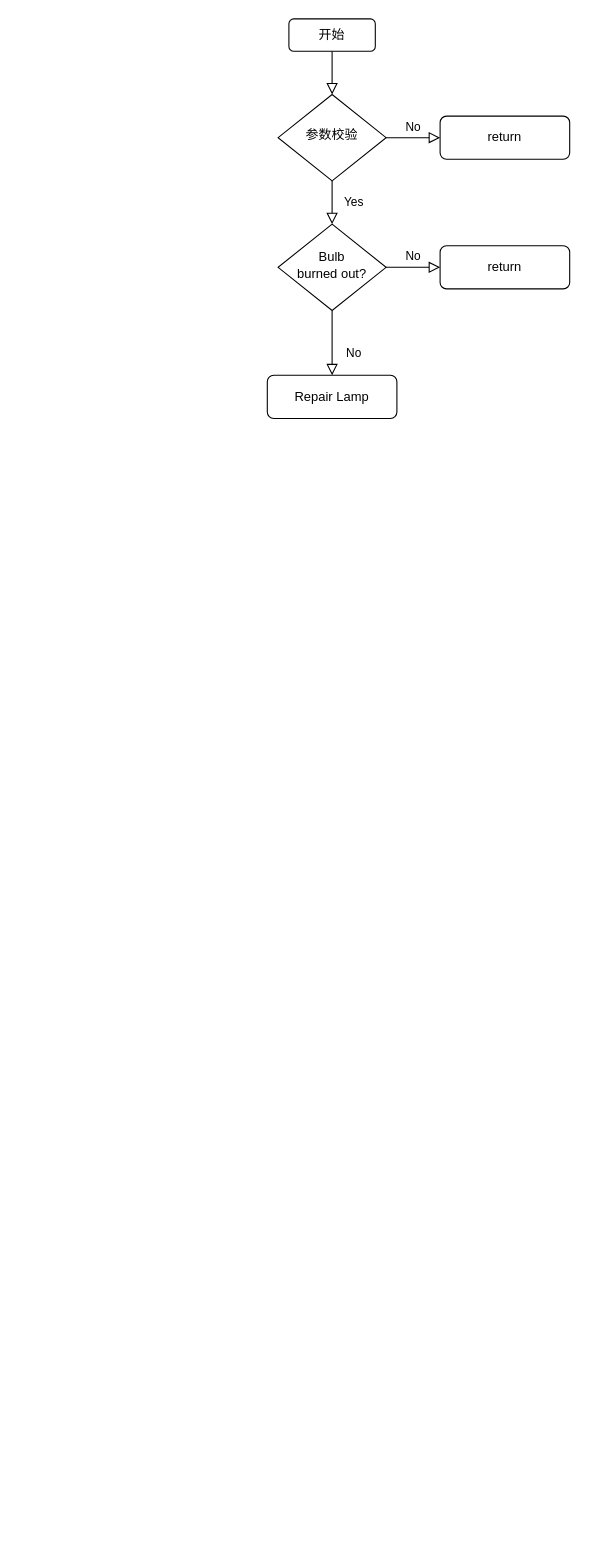
This is Untitled Diagram.drawio from 111ZhuXueke/Hello-English, a draw.io file, before an edit. Source tidied: cells renumbered, new cells numbered last; positions are measured from the earlier drawing's top-left corner, leaving out a move shared by most shapes. Both pictures are drawn from the tidied source at 108%, with x=0, y=0 at pixel (267, 18).
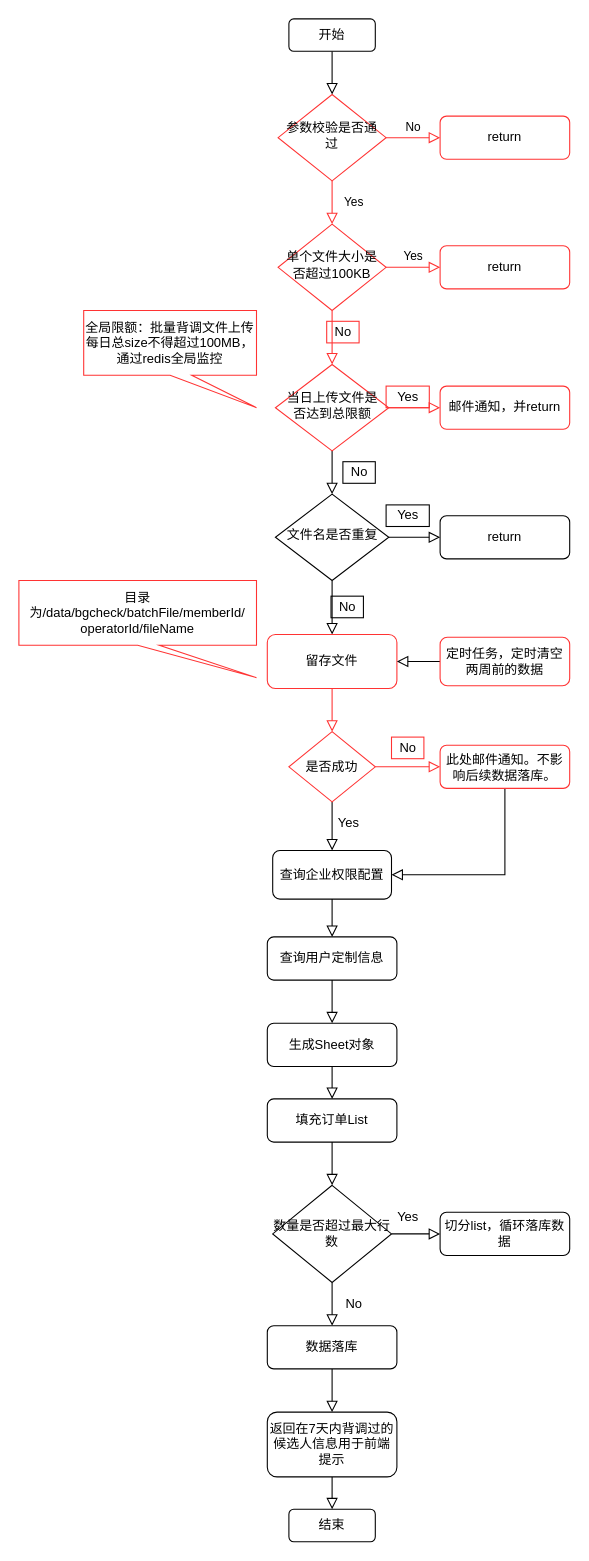
After the change.

Diff of the diagram source:
```diff
@@
-    <mxCell id="2" value="Yes" style="rounded=0;html=1;jettySize=auto;fontSize=11;endArrow=block;endFill=0;endSize=8;strokeWidth=1;shadow=0;labelBackgroundColor=none;edgeStyle=orthogonalEdgeStyle;" parent="1" edge="1" source="4" target="8">
+    <mxCell id="2" value="Yes" style="rounded=0;html=1;jettySize=auto;fontSize=11;endArrow=block;endFill=0;endSize=8;strokeWidth=1;shadow=0;labelBackgroundColor=none;edgeStyle=orthogonalEdgeStyle;strokeColor=#FF3333;" parent="1" edge="1" source="4" target="8">
       <mxGeometry y="20" relative="1" as="geometry" />
     </mxCell>
-    <mxCell id="3" value="No" style="edgeStyle=orthogonalEdgeStyle;rounded=0;html=1;jettySize=auto;fontSize=11;endArrow=block;endFill=0;endSize=8;strokeWidth=1;shadow=0;labelBackgroundColor=none;" parent="1" edge="1" source="4" target="5">
+    <mxCell id="3" value="No" style="edgeStyle=orthogonalEdgeStyle;rounded=0;html=1;jettySize=auto;fontSize=11;endArrow=block;endFill=0;endSize=8;strokeWidth=1;shadow=0;labelBackgroundColor=none;strokeColor=#FF3333;" parent="1" edge="1" source="4" target="5">
       <mxGeometry y="10" relative="1" as="geometry" />
     </mxCell>
-    <mxCell id="4" value="参数校验" style="rhombus;whiteSpace=wrap;html=1;shadow=0;fontFamily=Helvetica;fontSize=12;align=center;strokeWidth=1;spacing=6;spacingTop=-4;" parent="1" vertex="1">
+    <mxCell id="4" value="参数校验是否通过" style="rhombus;whiteSpace=wrap;html=1;shadow=0;fontFamily=Helvetica;fontSize=12;align=center;strokeWidth=1;spacing=6;spacingTop=-4;strokeColor=#FF3333;" parent="1" vertex="1">
       <mxGeometry x="10" y="70" width="100" height="80" as="geometry" />
     </mxCell>
-    <mxCell id="5" value="return" style="rounded=1;whiteSpace=wrap;html=1;fontSize=12;glass=0;strokeWidth=1;shadow=0;" parent="1" vertex="1">
+    <mxCell id="5" value="return" style="rounded=1;whiteSpace=wrap;html=1;fontSize=12;glass=0;strokeWidth=1;shadow=0;strokeColor=#FF3333;" parent="1" vertex="1">
       <mxGeometry x="160" y="90" width="120" height="40" as="geometry" />
     </mxCell>
-    <mxCell id="6" value="No" style="rounded=0;html=1;jettySize=auto;fontSize=11;endArrow=block;endFill=0;endSize=8;strokeWidth=1;shadow=0;labelBackgroundColor=none;edgeStyle=orthogonalEdgeStyle;" parent="1" edge="1" source="8" target="9">
-      <mxGeometry x="0.33" y="20" relative="1" as="geometry" />
-    </mxCell>
-    <mxCell id="7" value="No" style="edgeStyle=orthogonalEdgeStyle;rounded=0;html=1;jettySize=auto;fontSize=11;endArrow=block;endFill=0;endSize=8;strokeWidth=1;shadow=0;labelBackgroundColor=none;" parent="1" edge="1" source="8" target="10">
+    <mxCell id="7" value="Yes" style="edgeStyle=orthogonalEdgeStyle;rounded=0;html=1;jettySize=auto;fontSize=11;endArrow=block;endFill=0;endSize=8;strokeWidth=1;shadow=0;labelBackgroundColor=none;strokeColor=#FF3333;" parent="1" edge="1" source="8" target="10">
       <mxGeometry y="10" relative="1" as="geometry" />
     </mxCell>
+    <mxCell id="13" style="edgeStyle=orthogonalEdgeStyle;curved=1;jettySize=auto;html=1;endArrow=block;endFill=0;endSize=8;strokeColor=#FF3333;" parent="1" edge="1" source="8" target="17">
+      <mxGeometry relative="1" as="geometry" />
+    </mxCell>
-    <mxCell id="8" value="Bulb&lt;br&gt;burned out?" style="rhombus;whiteSpace=wrap;html=1;shadow=0;fontFamily=Helvetica;fontSize=12;align=center;strokeWidth=1;spacing=6;spacingTop=-4;" parent="1" vertex="1">
+    <mxCell id="8" value="单个文件大小是否超过100KB" style="rhombus;whiteSpace=wrap;html=1;shadow=0;fontFamily=Helvetica;fontSize=12;align=center;strokeWidth=1;spacing=6;spacingTop=-4;strokeColor=#FF3333;" parent="1" vertex="1">
       <mxGeometry x="10" y="190" width="100" height="80" as="geometry" />
     </mxCell>
-    <mxCell id="9" value="Repair Lamp" style="rounded=1;whiteSpace=wrap;html=1;fontSize=12;glass=0;strokeWidth=1;shadow=0;" parent="1" vertex="1">
-      <mxGeometry y="330" width="120" height="40" as="geometry" />
-    </mxCell>
-    <mxCell id="10" value="return" style="rounded=1;whiteSpace=wrap;html=1;fontSize=12;glass=0;strokeWidth=1;shadow=0;" parent="1" vertex="1">
+    <mxCell id="10" value="return" style="rounded=1;whiteSpace=wrap;html=1;fontSize=12;glass=0;strokeWidth=1;shadow=0;strokeColor=#FF3333;" parent="1" vertex="1">
       <mxGeometry x="160" y="210" width="120" height="40" as="geometry" />
     </mxCell>
@@
+    <mxCell id="14" style="edgeStyle=orthogonalEdgeStyle;curved=1;jettySize=auto;html=1;endArrow=block;endFill=0;endSize=8;strokeColor=#FF3333;" parent="1" edge="1" source="17" target="19">
+      <mxGeometry relative="1" as="geometry" />
+    </mxCell>
+    <mxCell id="15" style="edgeStyle=orthogonalEdgeStyle;curved=1;jettySize=auto;html=1;endArrow=block;endFill=0;endSize=8;exitX=0.5;exitY=1;exitDx=0;exitDy=0;strokeColor=#000000;" parent="1" edge="1" source="37" target="22">
+      <mxGeometry relative="1" as="geometry" />
+    </mxCell>
+    <mxCell id="16" style="edgeStyle=orthogonalEdgeStyle;rounded=0;jettySize=auto;html=1;endArrow=block;endFill=0;endSize=8;strokeColor=#000000;" parent="1" edge="1" source="17">
+      <mxGeometry relative="1" as="geometry">
+        <mxPoint x="60" y="440" as="targetPoint" />
+      </mxGeometry>
+    </mxCell>
+    <mxCell id="17" value="当日上传文件是否达到总限额" style="rhombus;whiteSpace=wrap;html=1;shadow=0;strokeWidth=1;spacing=6;spacingTop=-4;strokeColor=#FF3333;" parent="1" vertex="1">
+      <mxGeometry x="7.5" y="320" width="105" height="80" as="geometry" />
+    </mxCell>
+    <mxCell id="18" value="No" style="text;html=1;align=center;verticalAlign=middle;strokeColor=#FF3333;fillColor=none;" parent="1" vertex="1">
+      <mxGeometry x="55" y="280" width="30" height="20" as="geometry" />
+    </mxCell>
+    <mxCell id="19" value="邮件通知，并return" style="rounded=1;whiteSpace=wrap;html=1;fontSize=12;glass=0;strokeWidth=1;shadow=0;strokeColor=#FF3333;" parent="1" vertex="1">
+      <mxGeometry x="160" y="340" width="120" height="40" as="geometry" />
+    </mxCell>
+    <mxCell id="20" value="Yes" style="text;html=1;align=center;verticalAlign=middle;strokeColor=#FF3333;fillColor=none;" parent="1" vertex="1">
+      <mxGeometry x="110" y="340" width="40" height="20" as="geometry" />
+    </mxCell>
+    <mxCell id="21" style="edgeStyle=orthogonalEdgeStyle;curved=1;jettySize=auto;html=1;endArrow=block;endFill=0;endSize=8;strokeColor=#FF3333;" parent="1" edge="1" source="22" target="28">
+      <mxGeometry relative="1" as="geometry" />
+    </mxCell>
+    <mxCell id="22" value="留存文件" style="rounded=1;whiteSpace=wrap;html=1;strokeColor=#FF3333;" parent="1" vertex="1">
+      <mxGeometry y="570" width="120" height="50" as="geometry" />
+    </mxCell>
+    <mxCell id="23" value="No" style="text;html=1;align=center;verticalAlign=middle;strokeColor=#000000;fillColor=none;" parent="1" vertex="1">
+      <mxGeometry x="59" y="534.5" width="30" height="20" as="geometry" />
+    </mxCell>
+    <mxCell id="24" value="全局限额：批量背调文件上传每日总size不得超过100MB，通过redis全局监控" style="shape=callout;whiteSpace=wrap;html=1;perimeter=calloutPerimeter;position2=1;strokeColor=#FF3333;" parent="1" vertex="1">
+      <mxGeometry x="-170" y="270" width="160" height="90" as="geometry" />
+    </mxCell>
+    <mxCell id="25" value="目录为/data/bgcheck/batchFile/memberId/&lt;br&gt;operatorId/fileName" style="shape=callout;whiteSpace=wrap;html=1;perimeter=calloutPerimeter;position2=1;strokeColor=#FF3333;" parent="1" vertex="1">
+      <mxGeometry x="-230" y="520" width="220" height="90" as="geometry" />
+    </mxCell>
+    <mxCell id="26" style="edgeStyle=orthogonalEdgeStyle;curved=1;jettySize=auto;html=1;endArrow=block;endFill=0;endSize=8;strokeColor=#FF3333;" parent="1" edge="1" source="28" target="30">
+      <mxGeometry relative="1" as="geometry" />
+    </mxCell>
+    <mxCell id="27" style="edgeStyle=orthogonalEdgeStyle;curved=1;jettySize=auto;html=1;endArrow=block;endFill=0;endSize=8;" parent="1" edge="1" source="28" target="33">
+      <mxGeometry relative="1" as="geometry" />
+    </mxCell>
+    <mxCell id="28" value="是否成功" style="rhombus;whiteSpace=wrap;html=1;strokeColor=#FF3333;" parent="1" vertex="1">
+      <mxGeometry x="20" y="660" width="80" height="65" as="geometry" />
+    </mxCell>
+    <mxCell id="29" style="edgeStyle=orthogonalEdgeStyle;jettySize=auto;html=1;exitX=0.5;exitY=1;exitDx=0;exitDy=0;entryX=1;entryY=0.5;entryDx=0;entryDy=0;endArrow=block;endFill=0;endSize=8;rounded=0;" parent="1" edge="1" source="30" target="33">
+      <mxGeometry relative="1" as="geometry" />
+    </mxCell>
+    <mxCell id="30" value="此处邮件通知。不影响后续数据落库。" style="rounded=1;whiteSpace=wrap;html=1;fontSize=12;glass=0;strokeWidth=1;shadow=0;strokeColor=#FF3333;" parent="1" vertex="1">
+      <mxGeometry x="160" y="672.5" width="120" height="40" as="geometry" />
+    </mxCell>
+    <mxCell id="31" value="No" style="text;html=1;align=center;verticalAlign=middle;strokeColor=#FF3333;fillColor=none;" parent="1" vertex="1">
+      <mxGeometry x="115" y="665" width="30" height="20" as="geometry" />
+    </mxCell>
+    <mxCell id="32" style="edgeStyle=orthogonalEdgeStyle;rounded=0;jettySize=auto;html=1;endArrow=block;endFill=0;endSize=8;" parent="1" edge="1" source="33" target="41">
+      <mxGeometry relative="1" as="geometry" />
+    </mxCell>
+    <mxCell id="33" value="查询企业权限配置" style="rounded=1;whiteSpace=wrap;html=1;" parent="1" vertex="1">
+      <mxGeometry x="5" y="770" width="110" height="45" as="geometry" />
+    </mxCell>
+    <mxCell id="34" value="Yes" style="text;html=1;align=center;verticalAlign=middle;strokeColor=none;fillColor=none;" parent="1" vertex="1">
+      <mxGeometry x="55" y="735" width="40" height="20" as="geometry" />
+    </mxCell>
+    <mxCell id="35" value="No" style="text;html=1;align=center;verticalAlign=middle;strokeColor=#000000;fillColor=none;" parent="1" vertex="1">
+      <mxGeometry x="70" y="410" width="30" height="20" as="geometry" />
+    </mxCell>
+    <mxCell id="36" style="edgeStyle=orthogonalEdgeStyle;rounded=0;jettySize=auto;html=1;endArrow=block;endFill=0;endSize=8;strokeColor=#000000;" parent="1" edge="1" source="37" target="38">
+      <mxGeometry relative="1" as="geometry" />
+    </mxCell>
+    <mxCell id="37" value="文件名是否重复" style="rhombus;whiteSpace=wrap;html=1;shadow=0;strokeWidth=1;spacing=6;spacingTop=-4;strokeColor=#000000;" parent="1" vertex="1">
+      <mxGeometry x="7.5" y="440" width="105" height="80" as="geometry" />
+    </mxCell>
+    <mxCell id="38" value="return" style="rounded=1;whiteSpace=wrap;html=1;fontSize=12;glass=0;strokeWidth=1;shadow=0;strokeColor=#000000;" parent="1" vertex="1">
+      <mxGeometry x="160" y="460" width="120" height="40" as="geometry" />
+    </mxCell>
+    <mxCell id="39" value="Yes" style="text;html=1;align=center;verticalAlign=middle;strokeColor=#000000;fillColor=none;" parent="1" vertex="1">
+      <mxGeometry x="110" y="450" width="40" height="20" as="geometry" />
+    </mxCell>
+    <mxCell id="40" style="edgeStyle=orthogonalEdgeStyle;rounded=0;jettySize=auto;html=1;endArrow=block;endFill=0;endSize=8;" parent="1" edge="1" source="41" target="43">
+      <mxGeometry relative="1" as="geometry" />
+    </mxCell>
+    <mxCell id="41" value="查询用户定制信息" style="rounded=1;whiteSpace=wrap;html=1;" parent="1" vertex="1">
+      <mxGeometry y="850" width="120" height="40" as="geometry" />
+    </mxCell>
+    <mxCell id="42" style="edgeStyle=orthogonalEdgeStyle;rounded=0;jettySize=auto;html=1;endArrow=block;endFill=0;endSize=8;" parent="1" edge="1" source="43" target="45">
+      <mxGeometry relative="1" as="geometry" />
+    </mxCell>
+    <mxCell id="43" value="生成Sheet对象" style="rounded=1;whiteSpace=wrap;html=1;" parent="1" vertex="1">
+      <mxGeometry y="930" width="120" height="40" as="geometry" />
+    </mxCell>
+    <mxCell id="44" style="edgeStyle=orthogonalEdgeStyle;rounded=0;jettySize=auto;html=1;endArrow=block;endFill=0;endSize=8;" parent="1" edge="1" source="45" target="48">
+      <mxGeometry relative="1" as="geometry" />
+    </mxCell>
+    <mxCell id="45" value="填充订单List" style="whiteSpace=wrap;html=1;rounded=1;" parent="1" vertex="1">
+      <mxGeometry y="1000" width="120" height="40" as="geometry" />
+    </mxCell>
+    <mxCell id="46" style="edgeStyle=orthogonalEdgeStyle;rounded=0;jettySize=auto;html=1;endArrow=block;endFill=0;endSize=8;" parent="1" edge="1" source="48" target="49">
+      <mxGeometry relative="1" as="geometry" />
+    </mxCell>
+    <mxCell id="47" style="edgeStyle=orthogonalEdgeStyle;rounded=0;jettySize=auto;html=1;endArrow=block;endFill=0;endSize=8;" parent="1" edge="1" source="48" target="52">
+      <mxGeometry relative="1" as="geometry" />
+    </mxCell>
+    <mxCell id="48" value="数量是否超过最大行数" style="rhombus;whiteSpace=wrap;html=1;" parent="1" vertex="1">
+      <mxGeometry x="5" y="1080" width="110" height="90" as="geometry" />
+    </mxCell>
+    <mxCell id="49" value="切分list，循环落库数据" style="rounded=1;whiteSpace=wrap;html=1;fontSize=12;glass=0;strokeWidth=1;shadow=0;" parent="1" vertex="1">
+      <mxGeometry x="160" y="1105" width="120" height="40" as="geometry" />
+    </mxCell>
+    <mxCell id="50" value="Yes" style="text;html=1;align=center;verticalAlign=middle;strokeColor=none;fillColor=none;" parent="1" vertex="1">
+      <mxGeometry x="110" y="1100" width="40" height="20" as="geometry" />
+    </mxCell>
+    <mxCell id="51" style="edgeStyle=orthogonalEdgeStyle;rounded=0;jettySize=auto;html=1;endArrow=block;endFill=0;endSize=8;" parent="1" edge="1" source="52" target="55">
+      <mxGeometry relative="1" as="geometry" />
+    </mxCell>
+    <mxCell id="52" value="数据落库" style="whiteSpace=wrap;html=1;rounded=1;" parent="1" vertex="1">
+      <mxGeometry y="1210" width="120" height="40" as="geometry" />
+    </mxCell>
+    <mxCell id="53" value="No" style="text;html=1;align=center;verticalAlign=middle;strokeColor=none;fillColor=none;" parent="1" vertex="1">
+      <mxGeometry x="65" y="1180" width="30" height="20" as="geometry" />
+    </mxCell>
+    <mxCell id="54" style="edgeStyle=orthogonalEdgeStyle;rounded=0;jettySize=auto;html=1;endArrow=block;endFill=0;endSize=8;" parent="1" edge="1" source="55" target="56">
+      <mxGeometry relative="1" as="geometry" />
+    </mxCell>
+    <mxCell id="55" value="返回在7天内背调过的候选人信息用于前端提示" style="whiteSpace=wrap;html=1;rounded=1;" parent="1" vertex="1">
+      <mxGeometry y="1290" width="120" height="60" as="geometry" />
+    </mxCell>
+    <mxCell id="56" value="结束" style="rounded=1;whiteSpace=wrap;html=1;" parent="1" vertex="1">
+      <mxGeometry x="20" y="1380" width="80" height="30" as="geometry" />
+    </mxCell>
+    <mxCell id="57" style="edgeStyle=orthogonalEdgeStyle;rounded=0;jettySize=auto;html=1;endArrow=block;endFill=0;endSize=8;strokeColor=#000000;" parent="1" edge="1" source="58" target="22">
+      <mxGeometry relative="1" as="geometry" />
+    </mxCell>
+    <mxCell id="58" value="定时任务，定时清空两周前的数据" style="whiteSpace=wrap;html=1;rounded=1;strokeColor=#FF3333;" parent="1" vertex="1">
+      <mxGeometry x="160" y="572.5" width="120" height="45" as="geometry" />
+    </mxCell>
```
